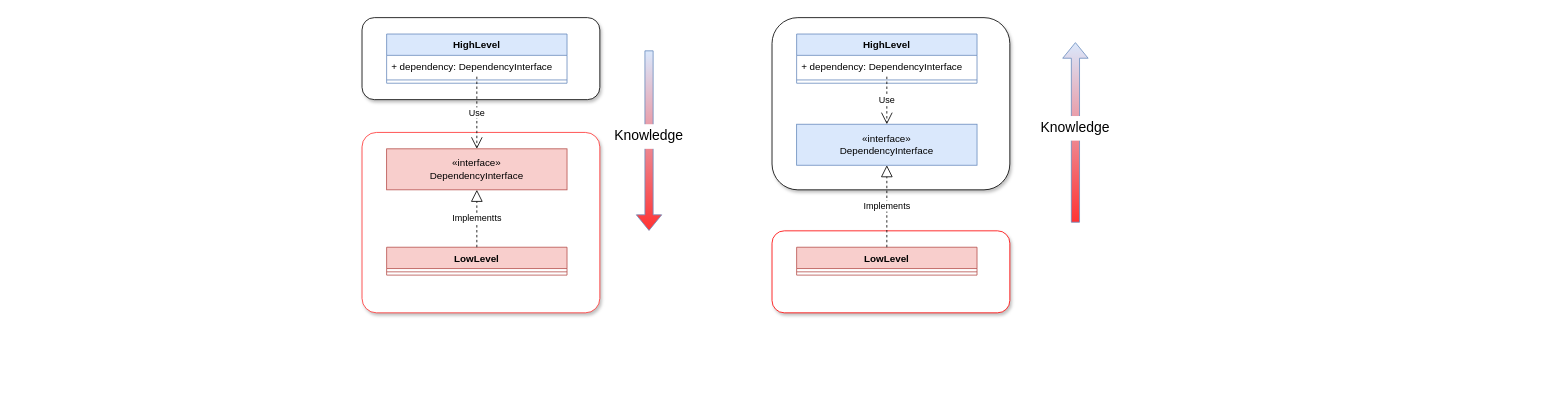
Above: page "DIP" (1 of 14) of drawio/design.drawio in Envol2023/refactoring (draw.io), before the change. Source tidied: cells renumbered, new cells numbered last; positions are measured from the earlier drawing's top-left corner, leaving out a move shared by most shapes. Both pictures are drawn from the tidied source at 82%, with x=0, y=0 at pixel (362, 17).
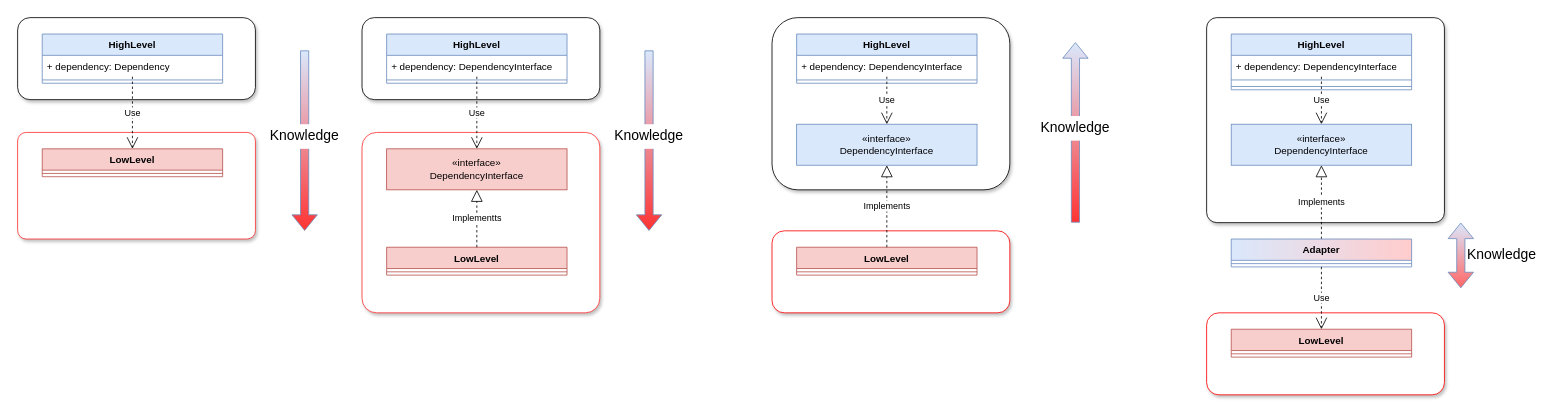
After the change.

Change to the diagram source:
```diff
@@
+    <mxCell id="26" style="rounded=1;whiteSpace=wrap;html=1;shadow=1;arcSize=5;" parent="1" vertex="1">
+      <mxGeometry x="1030" width="290" height="250" as="geometry" />
+    </mxCell>
@@
+    <mxCell id="27" style="rounded=1;whiteSpace=wrap;html=1;shadow=1;strokeColor=#FF0000;" parent="1" vertex="1">
+      <mxGeometry x="1030" y="360" width="290" height="100" as="geometry" />
+    </mxCell>
+    <mxCell id="28" value="HighLevel" style="swimlane;fontStyle=1;align=center;verticalAlign=top;horizontal=1;startSize=26;whiteSpace=wrap;html=1;fillColor=#dae8fc;strokeColor=#6c8ebf;" parent="1" vertex="1">
+      <mxGeometry x="1060" y="20" width="220" height="68" as="geometry" />
+    </mxCell>
+    <mxCell id="29" value="+ dependency: DependencyInterface" style="text;strokeColor=none;fillColor=none;align=left;verticalAlign=top;spacingLeft=4;spacingRight=4;overflow=hidden;points=[[0,0.5],[1,0.5]];portConstraint=eastwest;whiteSpace=wrap;html=1;" parent="28" vertex="1">
+      <mxGeometry y="26" width="220" height="26" as="geometry" />
+    </mxCell>
+    <mxCell id="30" style="line;strokeWidth=1;fillColor=none;align=left;verticalAlign=middle;spacingTop=-1;spacingLeft=3;spacingRight=3;labelPosition=right;strokeColor=inherit;" parent="28" vertex="1">
+      <mxGeometry y="52" width="220" height="8" as="geometry" />
+    </mxCell>
+    <mxCell id="31" style="line;strokeWidth=1;fillColor=none;align=left;verticalAlign=middle;spacingTop=-1;spacingLeft=3;spacingRight=3;labelPosition=right;strokeColor=inherit;" parent="28" vertex="1">
+      <mxGeometry y="60" width="220" height="8" as="geometry" />
+    </mxCell>
+    <mxCell id="32" value="«interface»&lt;br&gt;DependencyInterface" style="html=1;whiteSpace=wrap;fillColor=#dae8fc;strokeColor=#6c8ebf;" parent="1" vertex="1">
+      <mxGeometry x="1060" y="130" width="220" height="50" as="geometry" />
+    </mxCell>
+    <mxCell id="33" value="LowLevel" style="swimlane;fontStyle=1;align=center;verticalAlign=top;horizontal=1;startSize=26;whiteSpace=wrap;html=1;fillColor=#f8cecc;strokeColor=#b85450;" parent="1" vertex="1">
+      <mxGeometry x="1060" y="380" width="220" height="34" as="geometry" />
+    </mxCell>
+    <mxCell id="34" style="line;strokeWidth=1;fillColor=none;align=left;verticalAlign=middle;spacingTop=-1;spacingLeft=3;spacingRight=3;labelPosition=right;strokeColor=inherit;" parent="33" vertex="1">
+      <mxGeometry y="26" width="220" height="8" as="geometry" />
+    </mxCell>
+    <mxCell id="35" value="Use" style="endArrow=open;endSize=12;dashed=1;html=1;rounded=0;" parent="1" edge="1" source="29" target="32">
+      <mxGeometry relative="1" as="geometry" />
+    </mxCell>
+    <mxCell id="36" value="Implements" style="endArrow=block;dashed=1;endFill=0;endSize=12;html=1;rounded=0;exitX=0.5;exitY=0;exitDx=0;exitDy=0;" parent="1" edge="1" source="37" target="32">
+      <mxGeometry relative="1" as="geometry" />
+    </mxCell>
+    <mxCell id="37" value="Adapter" style="swimlane;fontStyle=1;align=center;verticalAlign=top;horizontal=1;startSize=26;whiteSpace=wrap;html=1;fillColor=#dae8fc;strokeColor=#6c8ebf;gradientColor=#FFCCCC;gradientDirection=east;" parent="1" vertex="1">
+      <mxGeometry x="1060" y="270" width="220" height="34" as="geometry" />
+    </mxCell>
+    <mxCell id="38" style="line;strokeWidth=1;fillColor=none;align=left;verticalAlign=middle;spacingTop=-1;spacingLeft=3;spacingRight=3;labelPosition=right;strokeColor=inherit;" parent="37" vertex="1">
+      <mxGeometry y="26" width="220" height="8" as="geometry" />
+    </mxCell>
+    <mxCell id="39" value="Use" style="endArrow=open;endSize=12;dashed=1;html=1;rounded=0;entryX=0.5;entryY=0;entryDx=0;entryDy=0;" parent="1" edge="1" source="37" target="33">
+      <mxGeometry relative="1" as="geometry" />
+    </mxCell>
+    <mxCell id="40" style="shape=flexArrow;endArrow=classic;startArrow=classic;html=1;rounded=0;fillColor=#dae8fc;strokeColor=#6c8ebf;gradientColor=#FF6666;" parent="1" edge="1">
+      <mxGeometry relative="1" as="geometry">
+        <mxPoint x="1340" y="330" as="sourcePoint" />
+        <mxPoint x="1340" y="250" as="targetPoint" />
+      </mxGeometry>
+    </mxCell>
+    <mxCell id="41" value="Knowledge" style="text;html=1;strokeColor=none;fillColor=default;align=center;verticalAlign=middle;whiteSpace=wrap;rounded=0;fontSize=17;" parent="1" vertex="1">
+      <mxGeometry x="1360" y="275" width="60" height="30" as="geometry" />
+    </mxCell>
+    <mxCell id="42" style="rounded=1;whiteSpace=wrap;html=1;arcSize=8;strokeColor=#FF3333;shadow=1;" parent="1" vertex="1">
+      <mxGeometry x="-420" y="140" width="290" height="130" as="geometry" />
+    </mxCell>
+    <mxCell id="43" style="rounded=1;whiteSpace=wrap;html=1;shadow=1;" parent="1" vertex="1">
+      <mxGeometry x="-420" width="290" height="100" as="geometry" />
+    </mxCell>
+    <mxCell id="44" value="HighLevel" style="swimlane;fontStyle=1;align=center;verticalAlign=top;horizontal=1;startSize=26;whiteSpace=wrap;html=1;fillColor=#dae8fc;strokeColor=#6c8ebf;" parent="1" vertex="1">
+      <mxGeometry x="-390" y="20" width="220" height="60" as="geometry" />
+    </mxCell>
+    <mxCell id="45" value="+ dependency: Dependency" style="text;strokeColor=none;fillColor=none;align=left;verticalAlign=top;spacingLeft=4;spacingRight=4;overflow=hidden;points=[[0,0.5],[1,0.5]];portConstraint=eastwest;whiteSpace=wrap;html=1;" parent="44" vertex="1">
+      <mxGeometry y="26" width="220" height="26" as="geometry" />
+    </mxCell>
+    <mxCell id="46" style="line;strokeWidth=1;fillColor=none;align=left;verticalAlign=middle;spacingTop=-1;spacingLeft=3;spacingRight=3;labelPosition=right;strokeColor=inherit;" parent="44" vertex="1">
+      <mxGeometry y="52" width="220" height="8" as="geometry" />
+    </mxCell>
+    <mxCell id="47" value="LowLevel" style="swimlane;fontStyle=1;align=center;verticalAlign=top;horizontal=1;startSize=26;whiteSpace=wrap;html=1;fillColor=#f8cecc;strokeColor=#b85450;" parent="1" vertex="1">
+      <mxGeometry x="-390" y="160" width="220" height="34" as="geometry" />
+    </mxCell>
+    <mxCell id="48" style="line;strokeWidth=1;fillColor=none;align=left;verticalAlign=middle;spacingTop=-1;spacingLeft=3;spacingRight=3;labelPosition=right;strokeColor=inherit;" parent="47" vertex="1">
+      <mxGeometry y="26" width="220" height="8" as="geometry" />
+    </mxCell>
+    <mxCell id="49" value="Use" style="endArrow=open;endSize=12;dashed=1;html=1;rounded=0;" parent="1" edge="1" source="45">
+      <mxGeometry relative="1" as="geometry">
+        <mxPoint x="-280" y="160" as="targetPoint" />
+      </mxGeometry>
+    </mxCell>
+    <mxCell id="50" style="shape=flexArrow;endArrow=classic;html=1;rounded=0;fillColor=#dae8fc;strokeColor=#6c8ebf;gradientColor=#FF3333;" parent="1" edge="1">
+      <mxGeometry relative="1" as="geometry">
+        <mxPoint x="-70" y="40" as="sourcePoint" />
+        <mxPoint x="-70" y="260" as="targetPoint" />
+      </mxGeometry>
+    </mxCell>
+    <mxCell id="51" value="Knowledge" style="text;html=1;strokeColor=none;fillColor=default;align=center;verticalAlign=middle;whiteSpace=wrap;rounded=0;fontSize=17;" parent="1" vertex="1">
+      <mxGeometry x="-100" y="130" width="60" height="30" as="geometry" />
+    </mxCell>
```
